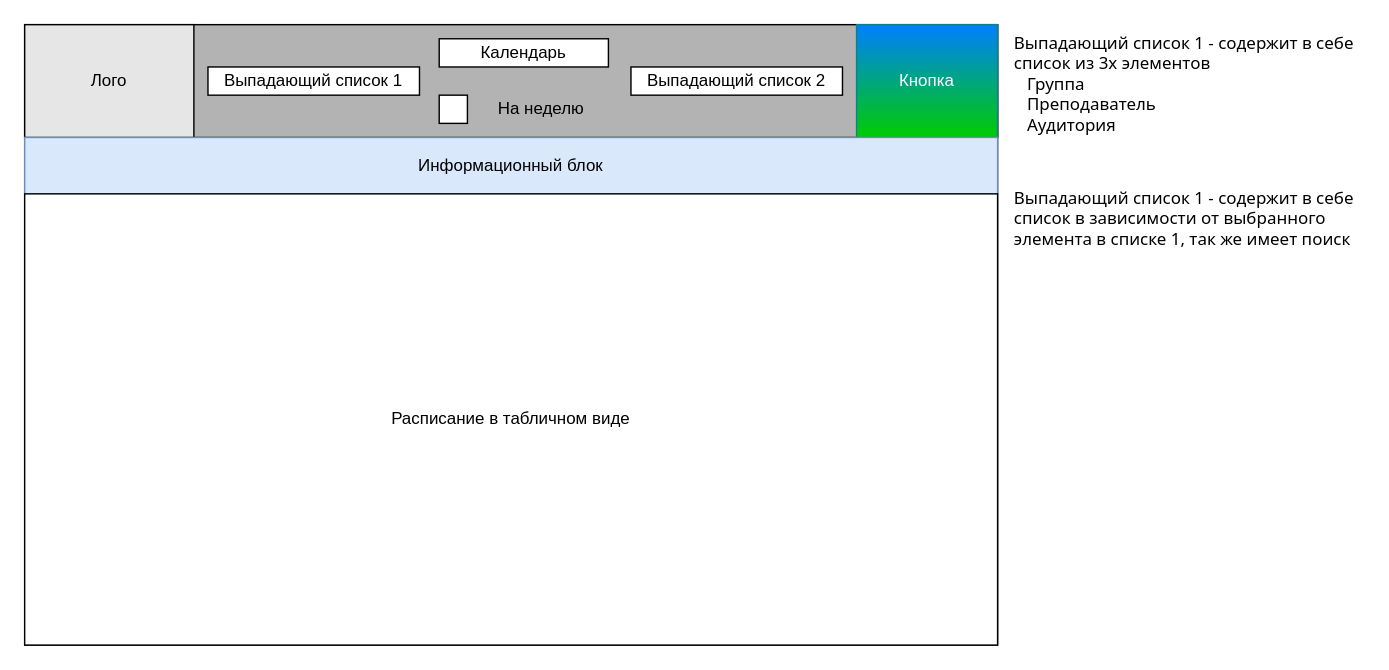
Sayikoro/DBFRead keeps this draw.io diagram as page "on pc" (1 of 2) of my design.drawio. Above is the earlier version. Source tidied: cells renumbered, new cells numbered last; positions are measured from the earlier drawing's top-left corner, leaving out a move shared by most shapes. Both pictures are drawn from the tidied source at 141%, with x=0, y=0 at pixel (24, 24).
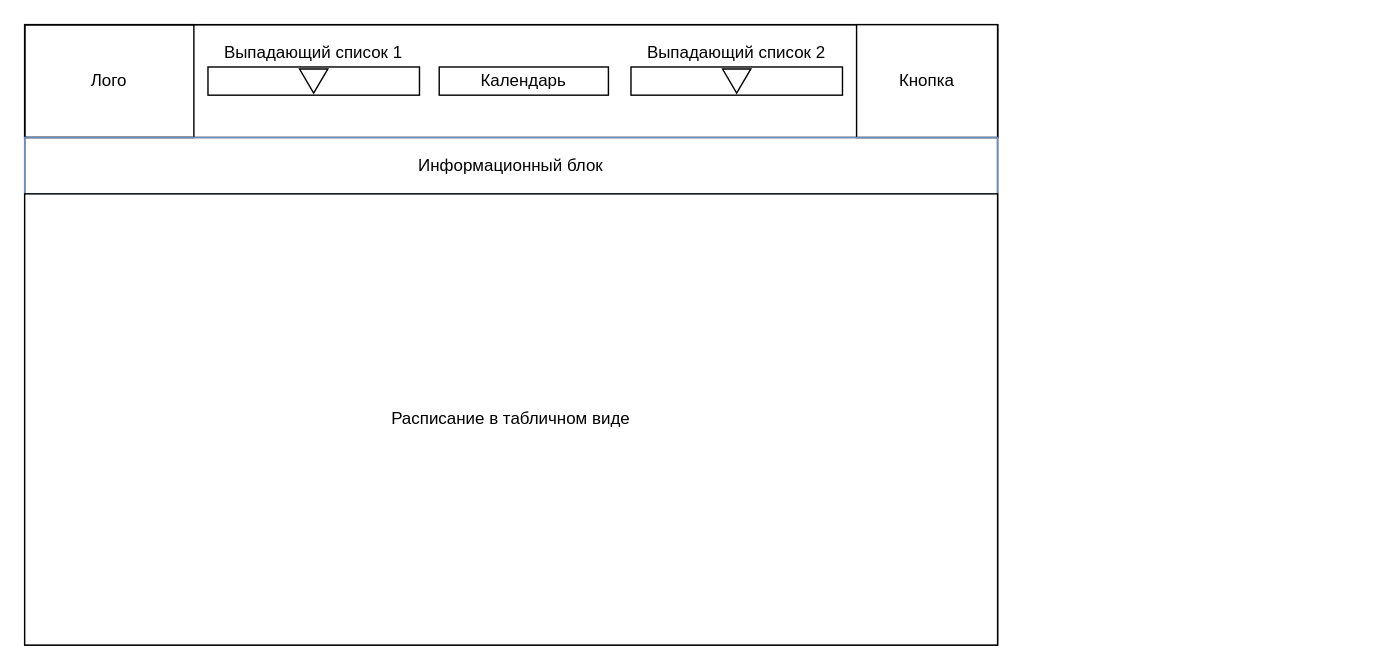
Above is the later version.

The edit, as a diff of the source:
```diff
@@
 <mxGraphModel>
   <root>
     <mxCell id="0" />
     <mxCell id="1" parent="0" />
     <mxCell id="2" style="rounded=0;whiteSpace=wrap;html=1;" parent="1" vertex="1">
       <mxGeometry width="690" height="440" as="geometry" />
     </mxCell>
-    <mxCell id="3" style="rounded=0;whiteSpace=wrap;html=1;fillColor=#B3B3B3;" parent="1" vertex="1">
+    <mxCell id="3" style="rounded=0;whiteSpace=wrap;html=1;fillColor=none;" parent="1" vertex="1">
       <mxGeometry width="690" height="80" as="geometry" />
     </mxCell>
-    <mxCell id="4" value="Лого" style="rounded=0;whiteSpace=wrap;html=1;fillColor=#E6E6E6;" parent="1" vertex="1">
+    <mxCell id="4" value="Лого" style="rounded=0;whiteSpace=wrap;html=1;fillColor=none;" parent="1" vertex="1">
       <mxGeometry width="120" height="80" as="geometry" />
     </mxCell>
-    <mxCell id="5" value="Выпадающий список 1" style="rounded=0;whiteSpace=wrap;html=1;" parent="1" vertex="1">
-      <mxGeometry x="130" y="30" width="150" height="20" as="geometry" />
-    </mxCell>
     <mxCell id="6" value="Календарь" style="rounded=0;whiteSpace=wrap;html=1;" parent="1" vertex="1">
-      <mxGeometry x="294" y="10" width="120" height="20" as="geometry" />
+      <mxGeometry x="294" y="30" width="120" height="20" as="geometry" />
     </mxCell>
-    <mxCell id="7" style="rounded=0;whiteSpace=wrap;html=1;" parent="1" vertex="1">
-      <mxGeometry x="294" y="50" width="20" height="20" as="geometry" />
-    </mxCell>
-    <mxCell id="8" value="На неделю" style="text;html=1;strokeColor=none;fillColor=none;align=center;verticalAlign=middle;whiteSpace=wrap;rounded=0;" parent="1" vertex="1">
-      <mxGeometry x="319" y="50" width="95" height="20" as="geometry" />
-    </mxCell>
-    <mxCell id="9" value="Выпадающий список 2" style="rounded=0;whiteSpace=wrap;html=1;" parent="1" vertex="1">
-      <mxGeometry x="430" y="30" width="150" height="20" as="geometry" />
-    </mxCell>
-    <mxCell id="10" value="Кнопка" style="rounded=0;whiteSpace=wrap;html=1;strokeColor=#0e8088;shadow=0;glass=0;sketch=0;gradientDirection=north;fillColor=#00CC00;gradientColor=#007FFF;fontColor=#FFFFFF;" parent="1" vertex="1">
+    <mxCell id="10" value="Кнопка" style="rounded=0;whiteSpace=wrap;html=1;shadow=0;glass=0;sketch=0;gradientDirection=north;gradientColor=#ffffff;" parent="1" vertex="1">
       <mxGeometry x="590" width="100" height="80" as="geometry" />
     </mxCell>
-    <mxCell id="11" value="Информационный блок" style="rounded=0;whiteSpace=wrap;html=1;fillColor=#dae8fc;strokeColor=#6c8ebf;" parent="1" vertex="1">
+    <mxCell id="11" value="Информационный блок" style="rounded=0;whiteSpace=wrap;html=1;strokeColor=#6c8ebf;fillColor=none;" parent="1" vertex="1">
       <mxGeometry y="80" width="690" height="40" as="geometry" />
     </mxCell>
     <mxCell id="12" value="Расписание в табличном виде" style="rounded=0;whiteSpace=wrap;html=1;" parent="1" vertex="1">
       <mxGeometry y="120" width="690" height="320" as="geometry" />
     </mxCell>
-    <mxCell id="13" value="Выпадающий список 1 - содержит в себе список из 3х элементов&lt;br&gt;&amp;nbsp; &amp;nbsp;Группа&lt;br&gt;&amp;nbsp; &amp;nbsp;Преподаватель&lt;br&gt;&amp;nbsp; &amp;nbsp;Аудитория" style="text;html=1;strokeColor=none;fillColor=none;align=left;verticalAlign=top;whiteSpace=wrap;rounded=0;fontFamily=Tahoma;" parent="1" vertex="1">
-      <mxGeometry x="700" width="250" height="110" as="geometry" />
-    </mxCell>
-    <mxCell id="14" value="Выпадающий список 1 - содержит в себе список в зависимости от выбранного элемента в списке 1, так же имеет поиск" style="text;html=1;strokeColor=none;fillColor=none;align=left;verticalAlign=top;whiteSpace=wrap;rounded=0;fontFamily=Tahoma;" parent="1" vertex="1">
-      <mxGeometry x="700" y="110" width="250" height="60" as="geometry" />
-    </mxCell>
+    <mxCell id="15" value="Выпадающий список 1" style="text;html=1;strokeColor=none;fillColor=none;align=center;verticalAlign=middle;whiteSpace=wrap;rounded=0;fontColor=#000000;" parent="1" vertex="1">
+      <mxGeometry x="130" y="10" width="150" height="20" as="geometry" />
+    </mxCell>
+    <mxCell id="16" value="Выпадающий список 2" style="text;html=1;strokeColor=none;fillColor=none;align=center;verticalAlign=middle;whiteSpace=wrap;rounded=0;fontColor=#000000;" parent="1" vertex="1">
+      <mxGeometry x="430" y="10" width="150" height="20" as="geometry" />
+    </mxCell>
+    <mxCell id="17" style="group;" parent="1" vertex="1">
+      <mxGeometry x="130" y="30" width="150" height="20" as="geometry" />
+    </mxCell>
+    <mxCell id="5" style="rounded=0;whiteSpace=wrap;html=1;" parent="17" vertex="1">
+      <mxGeometry width="150" height="20" as="geometry" />
+    </mxCell>
+    <mxCell id="18" style="triangle;whiteSpace=wrap;html=1;strokeColor=#000000;fillColor=none;gradientColor=#ffffff;fontColor=#000000;rotation=90;" parent="17" vertex="1">
+      <mxGeometry x="66.4" width="17.1" height="20" as="geometry" />
+    </mxCell>
+    <mxCell id="19" style="group;" parent="1" vertex="1">
+      <mxGeometry x="430" y="30" width="150" height="20" as="geometry" />
+    </mxCell>
+    <mxCell id="9" style="rounded=0;whiteSpace=wrap;html=1;" parent="19" vertex="1">
+      <mxGeometry width="150" height="20" as="geometry" />
+    </mxCell>
+    <mxCell id="20" style="triangle;whiteSpace=wrap;html=1;strokeColor=#000000;fillColor=none;gradientColor=#ffffff;fontColor=#000000;rotation=90;" parent="19" vertex="1">
+      <mxGeometry x="66.4" width="17.1" height="20" as="geometry" />
+    </mxCell>
   </root>
 </mxGraphModel>
```
